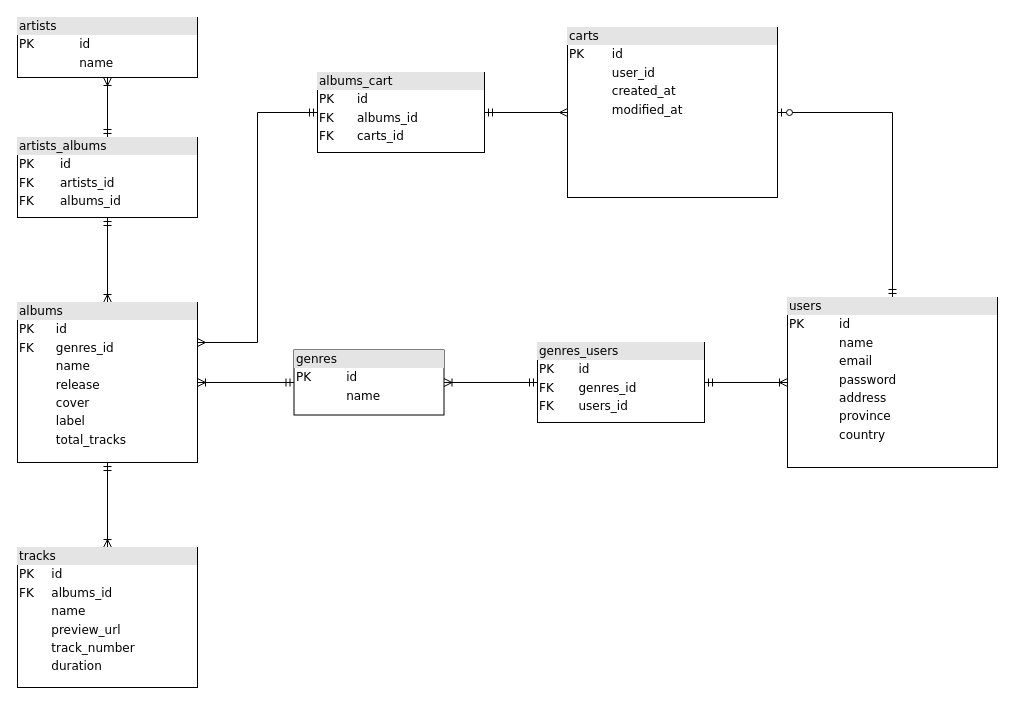
sebastinez/grupo6-e-commerce keeps this draw.io diagram as DER_BaseDeDatos.drawio. Above is the earlier version. Source tidied: cells renumbered, new cells numbered last; positions are measured from the earlier drawing's top-left corner, leaving out a move shared by most shapes. Both pictures are drawn from the tidied source at 100%, with x=0, y=0 at pixel (17, 17).
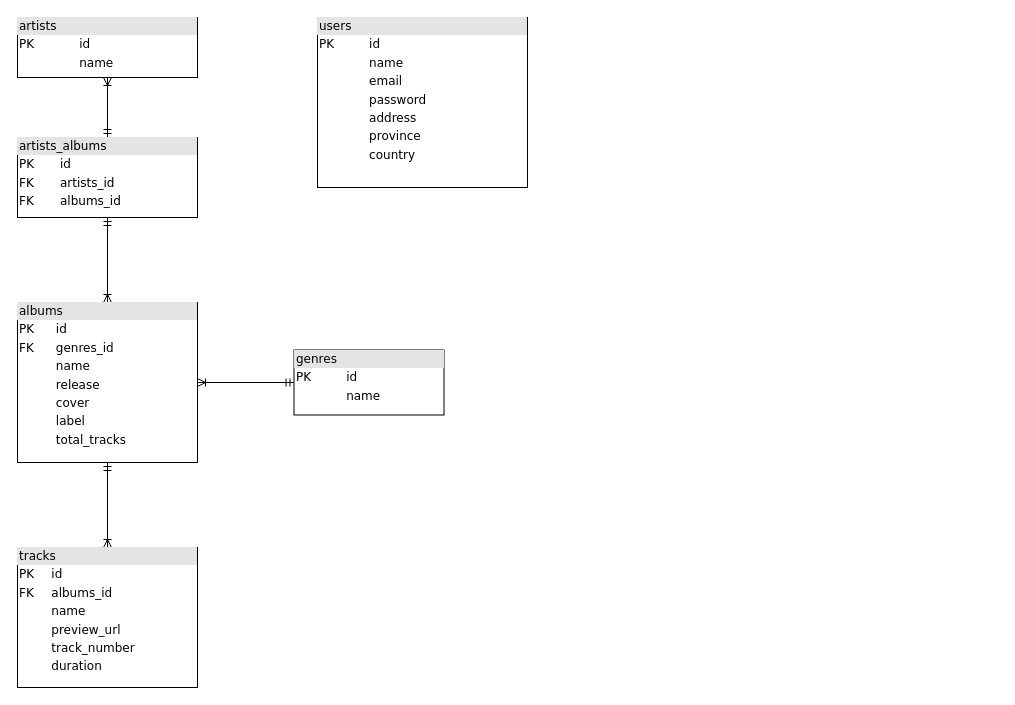
After the change.

The change refers to these unchanged cells:
```xml
<mxCell id="8" value="&lt;div style=&quot;box-sizing: border-box ; width: 100% ; background: #e4e4e4 ; padding: 2px&quot;&gt;albums&lt;/div&gt;&lt;table style=&quot;width: 100% ; font-size: 1em&quot; cellpadding=&quot;2&quot; cellspacing=&quot;0&quot;&gt;&lt;tbody&gt;&lt;tr&gt;&lt;td&gt;PK&lt;/td&gt;&lt;td&gt;id&lt;/td&gt;&lt;/tr&gt;&lt;tr&gt;&lt;td&gt;FK&lt;/td&gt;&lt;td&gt;genres_id&lt;/td&gt;&lt;/tr&gt;&lt;tr&gt;&lt;td&gt;&lt;br&gt;&lt;/td&gt;&lt;td&gt;name&lt;/td&gt;&lt;/tr&gt;&lt;tr&gt;&lt;td&gt;&lt;/td&gt;&lt;td&gt;release&lt;br&gt;&lt;/td&gt;&lt;/tr&gt;&lt;tr&gt;&lt;td&gt;&lt;br&gt;&lt;/td&gt;&lt;td&gt;cover&lt;/td&gt;&lt;/tr&gt;&lt;tr&gt;&lt;td&gt;&lt;br&gt;&lt;/td&gt;&lt;td&gt;label&lt;/td&gt;&lt;/tr&gt;&lt;tr&gt;&lt;td&gt;&lt;br&gt;&lt;/td&gt;&lt;td&gt;total_tracks&lt;/td&gt;&lt;/tr&gt;&lt;/tbody&gt;&lt;/table&gt;" style="verticalAlign=top;align=left;overflow=fill;html=1;rounded=0;shadow=0;comic=0;labelBackgroundColor=none;strokeColor=#000000;strokeWidth=1;fillColor=#ffffff;fontFamily=Verdana;fontSize=12;fontColor=#000000;" parent="1" vertex="1">
  <mxGeometry y="285" width="180" height="160" as="geometry" />
</mxCell>
<mxCell id="9" value="&lt;div style=&quot;box-sizing: border-box ; width: 100% ; background: #e4e4e4 ; padding: 2px&quot;&gt;genres&lt;/div&gt;&lt;table style=&quot;width: 100% ; font-size: 1em&quot; cellpadding=&quot;2&quot; cellspacing=&quot;0&quot;&gt;&lt;tbody&gt;&lt;tr&gt;&lt;td&gt;PK&lt;/td&gt;&lt;td&gt;id&lt;/td&gt;&lt;/tr&gt;&lt;tr&gt;&lt;td&gt;&lt;/td&gt;&lt;td&gt;name&lt;/td&gt;&lt;/tr&gt;&lt;/tbody&gt;&lt;/table&gt;" style="verticalAlign=top;align=left;overflow=fill;html=1;rounded=0;shadow=0;comic=0;labelBackgroundColor=none;strokeColor=#000000;strokeWidth=1;fillColor=#ffffff;fontFamily=Verdana;fontSize=12;fontColor=#000000;" parent="1" vertex="1">
  <mxGeometry x="276.5" y="332.5" width="150" height="65" as="geometry" />
</mxCell>
```

What changed in the source:
```diff
@@
-    <mxCell id="7" style="edgeStyle=orthogonalEdgeStyle;rounded=0;jettySize=auto;html=1;exitX=1;exitY=0.25;exitDx=0;exitDy=0;entryX=0;entryY=0.5;entryDx=0;entryDy=0;startArrow=ERmany;startFill=0;endArrow=ERmandOne;endFill=0;" parent="1" edge="1" source="8" target="20">
-      <mxGeometry relative="1" as="geometry" />
-    </mxCell>
@@
-    <mxCell id="13" style="edgeStyle=orthogonalEdgeStyle;rounded=0;jettySize=auto;html=1;exitX=0.5;exitY=0;exitDx=0;exitDy=0;entryX=1;entryY=0.5;entryDx=0;entryDy=0;startArrow=ERmandOne;startFill=0;endArrow=ERzeroToOne;endFill=1;" parent="1" edge="1" source="14" target="19">
-      <mxGeometry relative="1" as="geometry" />
-    </mxCell>
     <mxCell id="14" value="&lt;div style=&quot;box-sizing: border-box ; width: 100% ; background: #e4e4e4 ; padding: 2px&quot;&gt;users&lt;/div&gt;&lt;table style=&quot;width: 100% ; font-size: 1em&quot; cellpadding=&quot;2&quot; cellspacing=&quot;0&quot;&gt;&lt;tbody&gt;&lt;tr&gt;&lt;td&gt;PK&lt;/td&gt;&lt;td&gt;id&lt;/td&gt;&lt;/tr&gt;&lt;tr&gt;&lt;td&gt;&lt;/td&gt;&lt;td&gt;name&lt;/td&gt;&lt;/tr&gt;&lt;tr&gt;&lt;td&gt;&lt;br&gt;&lt;/td&gt;&lt;td&gt;email&lt;/td&gt;&lt;/tr&gt;&lt;tr&gt;&lt;td&gt;&lt;br&gt;&lt;/td&gt;&lt;td&gt;password&lt;/td&gt;&lt;/tr&gt;&lt;tr&gt;&lt;td&gt;&lt;br&gt;&lt;/td&gt;&lt;td&gt;address&lt;/td&gt;&lt;/tr&gt;&lt;tr&gt;&lt;td&gt;&lt;br&gt;&lt;/td&gt;&lt;td&gt;province&lt;/td&gt;&lt;/tr&gt;&lt;tr&gt;&lt;td&gt;&lt;br&gt;&lt;/td&gt;&lt;td&gt;country&lt;/td&gt;&lt;/tr&gt;&lt;/tbody&gt;&lt;/table&gt;" style="verticalAlign=top;align=left;overflow=fill;html=1;rounded=0;shadow=0;comic=0;labelBackgroundColor=none;strokeColor=#000000;strokeWidth=1;fillColor=#ffffff;fontFamily=Verdana;fontSize=12;fontColor=#000000;" parent="1" vertex="1">
-      <mxGeometry x="770" y="280" width="210" height="170" as="geometry" />
+      <mxGeometry x="300" width="210" height="170" as="geometry" />
     </mxCell>
-    <mxCell id="15" style="edgeStyle=orthogonalEdgeStyle;rounded=0;jettySize=auto;html=1;exitX=0;exitY=0.5;exitDx=0;exitDy=0;entryX=1;entryY=0.5;entryDx=0;entryDy=0;startArrow=ERmandOne;startFill=0;endArrow=ERoneToMany;endFill=0;" parent="1" edge="1" source="17" target="9">
-      <mxGeometry relative="1" as="geometry" />
-    </mxCell>
-    <mxCell id="16" style="edgeStyle=orthogonalEdgeStyle;rounded=0;jettySize=auto;html=1;exitX=1;exitY=0.5;exitDx=0;exitDy=0;entryX=0;entryY=0.5;entryDx=0;entryDy=0;startArrow=ERmandOne;startFill=0;endArrow=ERoneToMany;endFill=0;" parent="1" edge="1" source="17" target="14">
-      <mxGeometry relative="1" as="geometry" />
-    </mxCell>
-    <mxCell id="17" value="&lt;div style=&quot;box-sizing: border-box ; width: 100% ; background: #e4e4e4 ; padding: 2px&quot;&gt;genres_users&lt;/div&gt;&lt;table style=&quot;width: 100% ; font-size: 1em&quot; cellpadding=&quot;2&quot; cellspacing=&quot;0&quot;&gt;&lt;tbody&gt;&lt;tr&gt;&lt;td&gt;PK&lt;/td&gt;&lt;td&gt;id&lt;/td&gt;&lt;/tr&gt;&lt;tr&gt;&lt;td&gt;FK&lt;/td&gt;&lt;td&gt;genres_id&lt;/td&gt;&lt;/tr&gt;&lt;tr&gt;&lt;td&gt;FK&lt;/td&gt;&lt;td&gt;users_id&lt;/td&gt;&lt;/tr&gt;&lt;/tbody&gt;&lt;/table&gt;" style="verticalAlign=top;align=left;overflow=fill;html=1;rounded=0;shadow=0;comic=0;labelBackgroundColor=none;strokeColor=#000000;strokeWidth=1;fillColor=#ffffff;fontFamily=Verdana;fontSize=12;fontColor=#000000;" parent="1" vertex="1">
-      <mxGeometry x="520" y="325" width="167" height="80" as="geometry" />
-    </mxCell>
-    <mxCell id="18" style="edgeStyle=orthogonalEdgeStyle;rounded=0;jettySize=auto;html=1;exitX=0;exitY=0.5;exitDx=0;exitDy=0;entryX=1;entryY=0.5;entryDx=0;entryDy=0;startArrow=ERmany;startFill=0;endArrow=ERmandOne;endFill=0;" parent="1" edge="1" source="19" target="20">
-      <mxGeometry relative="1" as="geometry" />
-    </mxCell>
-    <mxCell id="19" value="&lt;div style=&quot;box-sizing: border-box ; width: 100% ; background: #e4e4e4 ; padding: 2px&quot;&gt;carts&lt;/div&gt;&lt;table style=&quot;width: 100% ; font-size: 1em&quot; cellpadding=&quot;2&quot; cellspacing=&quot;0&quot;&gt;&lt;tbody&gt;&lt;tr&gt;&lt;td&gt;PK&lt;/td&gt;&lt;td&gt;id&lt;/td&gt;&lt;/tr&gt;&lt;tr&gt;&lt;td&gt;&lt;br&gt;&lt;/td&gt;&lt;td&gt;user_id&lt;/td&gt;&lt;/tr&gt;&lt;tr&gt;&lt;td&gt;&lt;br&gt;&lt;/td&gt;&lt;td&gt;created_at&lt;/td&gt;&lt;/tr&gt;&lt;tr&gt;&lt;td&gt;&lt;br&gt;&lt;/td&gt;&lt;td&gt;modified_at&lt;/td&gt;&lt;/tr&gt;&lt;/tbody&gt;&lt;/table&gt;" style="verticalAlign=top;align=left;overflow=fill;html=1;rounded=0;shadow=0;comic=0;labelBackgroundColor=none;strokeColor=#000000;strokeWidth=1;fillColor=#ffffff;fontFamily=Verdana;fontSize=12;fontColor=#000000;" parent="1" vertex="1">
-      <mxGeometry x="550" y="10" width="210" height="170" as="geometry" />
-    </mxCell>
-    <mxCell id="20" value="&lt;div style=&quot;box-sizing: border-box ; width: 100% ; background: #e4e4e4 ; padding: 2px&quot;&gt;albums_cart&lt;/div&gt;&lt;table style=&quot;width: 100% ; font-size: 1em&quot; cellpadding=&quot;2&quot; cellspacing=&quot;0&quot;&gt;&lt;tbody&gt;&lt;tr&gt;&lt;td&gt;PK&lt;/td&gt;&lt;td&gt;id&lt;/td&gt;&lt;/tr&gt;&lt;tr&gt;&lt;td&gt;FK&lt;/td&gt;&lt;td&gt;albums_id&lt;/td&gt;&lt;/tr&gt;&lt;tr&gt;&lt;td&gt;FK&lt;/td&gt;&lt;td&gt;carts_id&lt;/td&gt;&lt;/tr&gt;&lt;/tbody&gt;&lt;/table&gt;" style="verticalAlign=top;align=left;overflow=fill;html=1;rounded=0;shadow=0;comic=0;labelBackgroundColor=none;strokeColor=#000000;strokeWidth=1;fillColor=#ffffff;fontFamily=Verdana;fontSize=12;fontColor=#000000;" parent="1" vertex="1">
-      <mxGeometry x="300" y="55" width="167" height="80" as="geometry" />
-    </mxCell>
```
